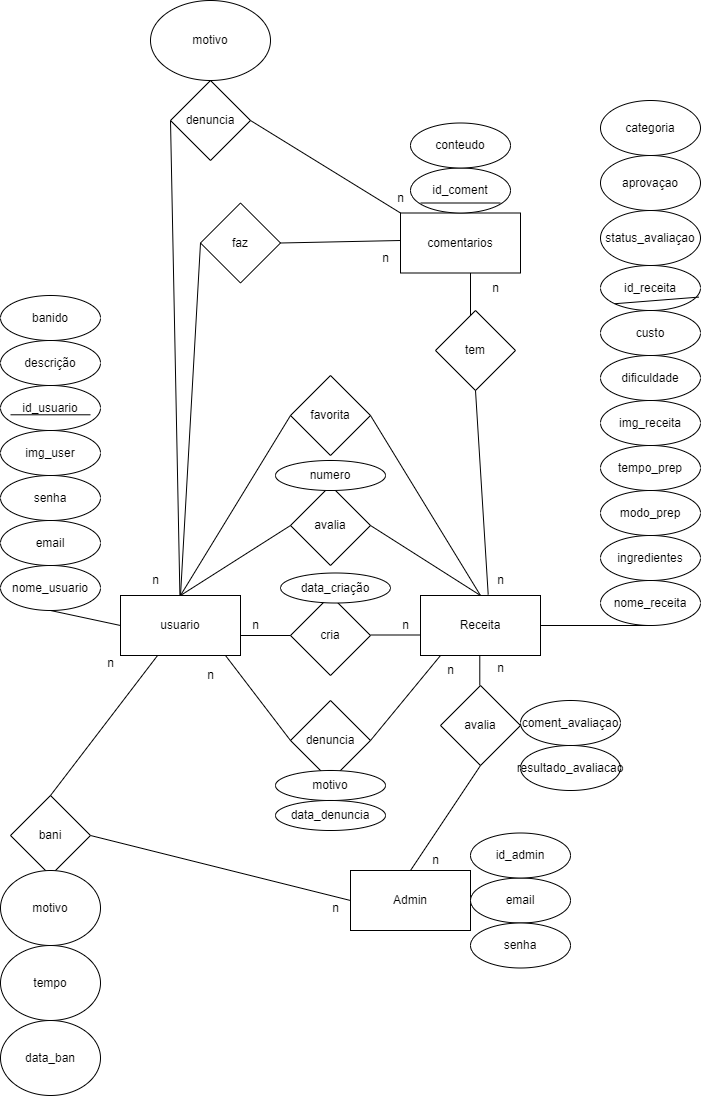
This is docs/MER/MerDiGarfo.drawio.png from GustavoLopes12/DiGarfo, a draw.io export, as it was before one commit. Source tidied: cells renumbered, new cells last; positions are measured from the earlier drawing's top-left corner, leaving out a move shared by most shapes.
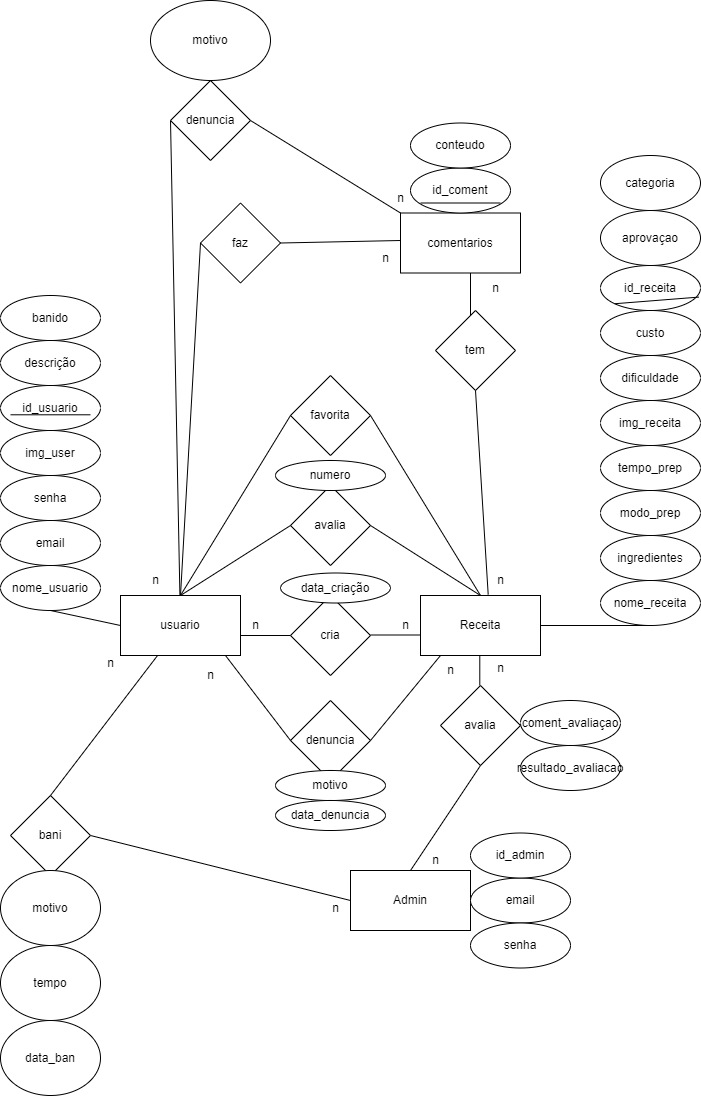
Above is the later version.

Diff of the diagram source:
```diff
@@ -135,9 +135,6 @@
     <mxCell id="40" value="id_usuario" style="ellipse;whiteSpace=wrap;html=1;" parent="1" vertex="1">
       <mxGeometry y="385" width="100" height="45" as="geometry" />
     </mxCell>
-    <mxCell id="41" value="status_avaliaçao" style="ellipse;whiteSpace=wrap;html=1;" parent="1" vertex="1">
-      <mxGeometry x="600" y="210" width="100" height="55" as="geometry" />
-    </mxCell>
     <mxCell id="42" value="coment_avaliaçao" style="ellipse;whiteSpace=wrap;html=1;" parent="1" vertex="1">
       <mxGeometry x="520" y="700" width="100" height="45" as="geometry" />
     </mxCell>
@@ -270,7 +267,7 @@
       <mxGeometry x="275" y="770" width="110" height="30" as="geometry" />
     </mxCell>
     <mxCell id="80" value="aprovaçao" style="ellipse;whiteSpace=wrap;html=1;" parent="1" vertex="1">
-      <mxGeometry x="600" y="155" width="100" height="55" as="geometry" />
+      <mxGeometry x="600" y="210" width="100" height="55" as="geometry" />
     </mxCell>
     <mxCell id="81" value="id_admin" style="ellipse;whiteSpace=wrap;html=1;" parent="1" vertex="1">
       <mxGeometry x="470" y="832.5" width="100" height="45" as="geometry" />
@@ -282,7 +279,7 @@
       <mxGeometry y="1020" width="100" height="75" as="geometry" />
     </mxCell>
     <mxCell id="84" value="categoria" style="ellipse;whiteSpace=wrap;html=1;" parent="1" vertex="1">
-      <mxGeometry x="600" y="100" width="100" height="55" as="geometry" />
+      <mxGeometry x="600" y="155" width="100" height="55" as="geometry" />
     </mxCell>
   </root>
 </mxGraphModel>
```
